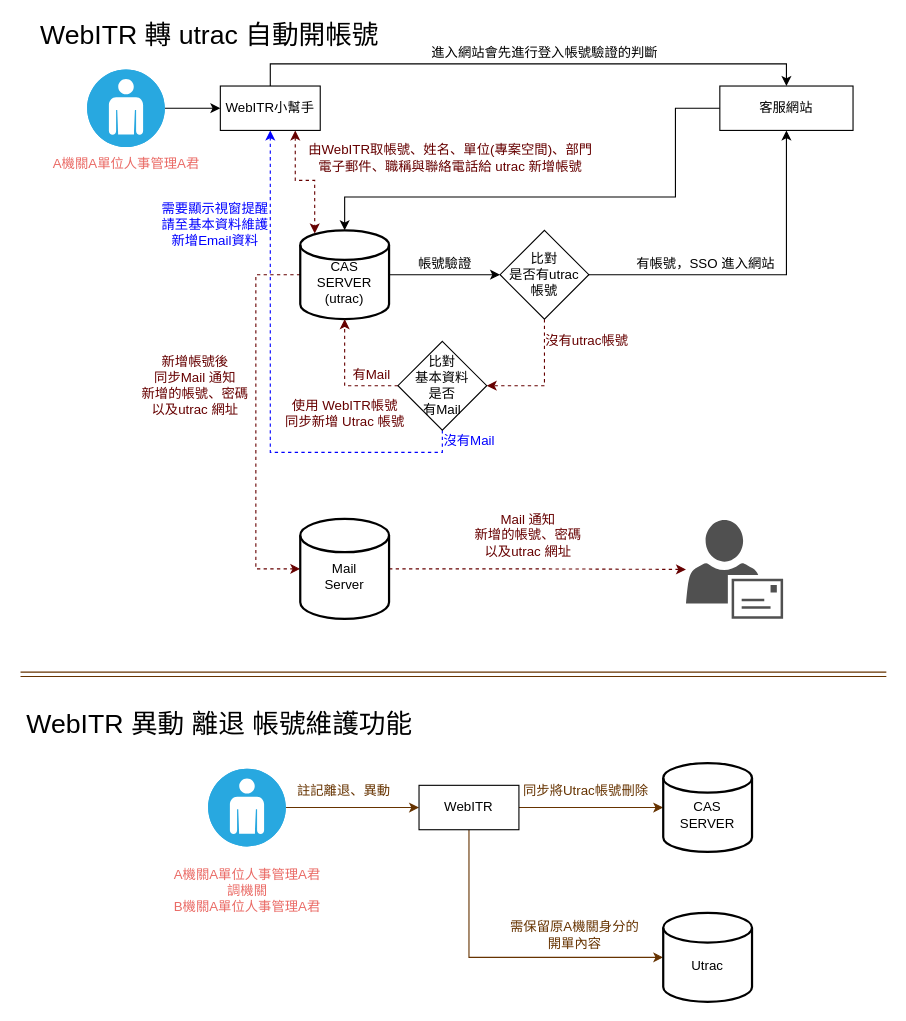
Above: page "Page-3" (3 of 3) of Untitled Diagram.drawio in Cadmus-design/Diagrams (draw.io), before the change. Source tidied: cells renumbered, new cells numbered last; positions are measured from the earlier drawing's top-left corner, leaving out a move shared by most shapes. Both pictures are drawn from the tidied source at 111%, with x=0, y=0 at pixel (19, 19).
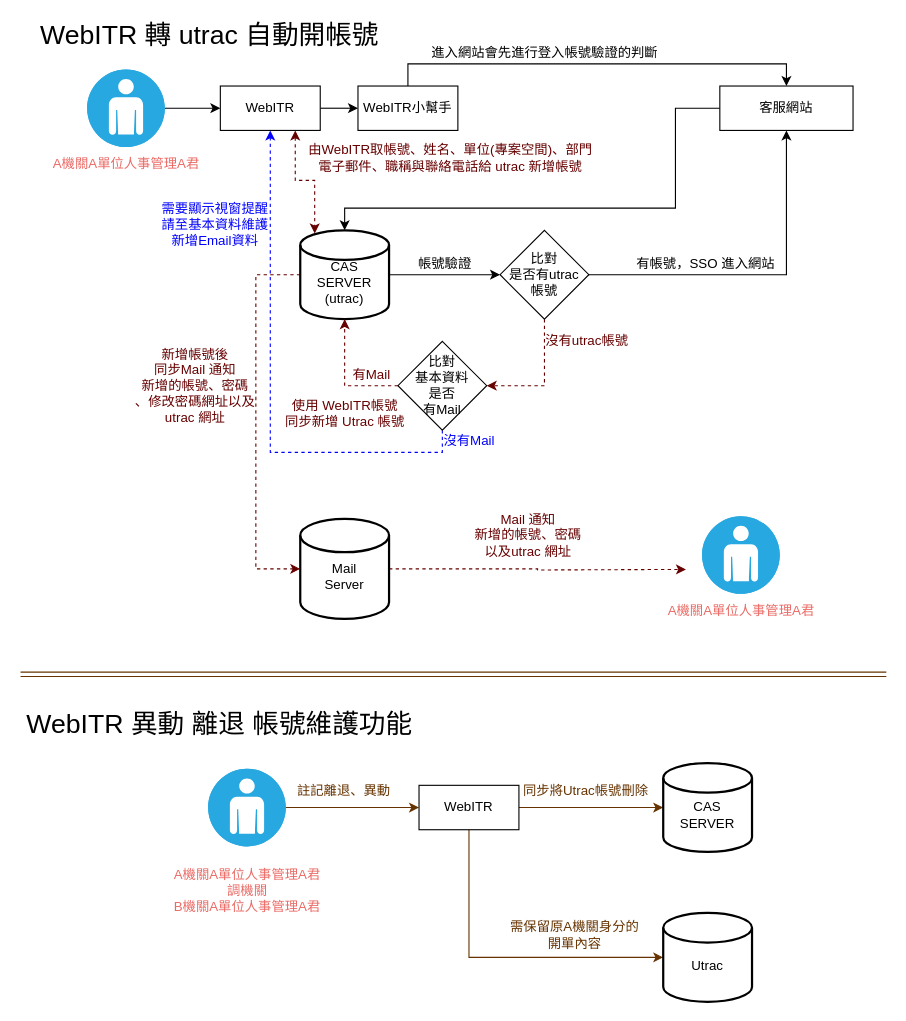
Above is the later version.

The change refers to these unchanged cells:
```xml
<mxCell id="6" value="客服網站" style="whiteSpace=wrap;html=1;rounded=0;" parent="1" vertex="1">
  <mxGeometry x="631" y="60" width="120" height="40" as="geometry" />
</mxCell>
<mxCell id="13" value="&lt;div&gt;&lt;br&gt;&lt;/div&gt;&lt;div&gt;CAS&lt;/div&gt;&lt;div&gt;SERVER&lt;/div&gt;&lt;div&gt;(utrac)&lt;br&gt;&lt;/div&gt;" style="strokeWidth=2;html=1;shape=mxgraph.flowchart.database;whiteSpace=wrap;" parent="1" vertex="1">
  <mxGeometry x="253" y="190" width="80" height="80" as="geometry" />
</mxCell>
<mxCell id="20" value="&lt;div&gt;&lt;br&gt;&lt;/div&gt;&lt;div&gt;Mail &lt;br&gt;&lt;/div&gt;&lt;div&gt;Server&lt;/div&gt;" style="strokeWidth=2;html=1;shape=mxgraph.flowchart.database;whiteSpace=wrap;" parent="1" vertex="1">
  <mxGeometry x="253" y="450" width="80" height="90" as="geometry" />
</mxCell>
```

Change to the diagram source:
```diff
@@
-    <mxCell id="2" style="edgeStyle=orthogonalEdgeStyle;rounded=0;jettySize=auto;html=1;exitX=0.5;exitY=0;exitDx=0;exitDy=0;entryX=0.5;entryY=0;entryDx=0;entryDy=0;" parent="1" edge="1" source="4" target="6">
+    <mxCell id="2" style="edgeStyle=orthogonalEdgeStyle;rounded=0;jettySize=auto;html=1;exitX=0.5;exitY=0;exitDx=0;exitDy=0;entryX=0.5;entryY=0;entryDx=0;entryDy=0;" parent="1" edge="1" source="49" target="6">
       <mxGeometry relative="1" as="geometry" />
     </mxCell>
@@
+    <mxCell id="48" style="edgeStyle=orthogonalEdgeStyle;rounded=0;jettySize=auto;html=1;exitX=1;exitY=0.5;exitDx=0;exitDy=0;entryX=0;entryY=0.5;entryDx=0;entryDy=0;" parent="1" edge="1" source="4" target="49">
+      <mxGeometry relative="1" as="geometry" />
+    </mxCell>
-    <mxCell id="4" value="WebITR小幫手" style="rounded=0;whiteSpace=wrap;html=1;" parent="1" vertex="1">
+    <mxCell id="4" value="WebITR" style="rounded=0;whiteSpace=wrap;html=1;" parent="1" vertex="1">
       <mxGeometry x="181" y="60" width="90" height="40" as="geometry" />
     </mxCell>
     <mxCell id="5" style="edgeStyle=orthogonalEdgeStyle;rounded=0;jettySize=auto;html=1;exitX=0;exitY=0.5;exitDx=0;exitDy=0;entryX=0.5;entryY=0;entryDx=0;entryDy=0;entryPerimeter=0;" parent="1" edge="1" source="6" target="13">
       <mxGeometry relative="1" as="geometry">
         <Array as="points">
           <mxPoint x="591" y="80" />
-          <mxPoint x="591" y="160" />
-          <mxPoint x="293" y="160" />
+          <mxPoint x="591" y="170" />
+          <mxPoint x="293" y="170" />
         </Array>
       </mxGeometry>
     </mxCell>
@@
-    <mxCell id="19" style="edgeStyle=orthogonalEdgeStyle;rounded=0;jettySize=auto;html=1;exitX=1;exitY=0.5;exitDx=0;exitDy=0;exitPerimeter=0;fontColor=#EA6B66;endArrow=classic;endFill=1;dashed=1;strokeColor=#660000;" parent="1" edge="1" source="20" target="22">
-      <mxGeometry relative="1" as="geometry" />
+    <mxCell id="19" style="edgeStyle=orthogonalEdgeStyle;rounded=0;jettySize=auto;html=1;exitX=1;exitY=0.5;exitDx=0;exitDy=0;exitPerimeter=0;fontColor=#EA6B66;endArrow=classic;endFill=1;dashed=1;strokeColor=#660000;" parent="1" edge="1" source="20">
+      <mxGeometry relative="1" as="geometry">
+        <mxPoint x="600.5" y="495.5" as="targetPoint" />
+      </mxGeometry>
     </mxCell>
@@
-    <mxCell id="21" value="&lt;div&gt;新增帳號後&lt;/div&gt;&lt;div&gt;同步Mail 通知&lt;/div&gt;&lt;div&gt;新增的帳號、密碼&lt;/div&gt;&lt;div&gt;以及utrac 網址&lt;br&gt;&lt;/div&gt;" style="text;html=1;align=center;verticalAlign=middle;fillColor=none;strokeColor=none;rounded=0;fontColor=#660000;" parent="1" vertex="1">
-      <mxGeometry x="103" y="300" width="110" height="60" as="geometry" />
+    <mxCell id="21" value="&lt;div&gt;新增帳號後&lt;/div&gt;&lt;div&gt;同步Mail 通知&lt;/div&gt;&lt;div&gt;新增的帳號、密碼&lt;/div&gt;&lt;div&gt;、修改密碼網址以及&lt;/div&gt;&lt;div&gt;utrac 網址&lt;br&gt;&lt;/div&gt;" style="text;html=1;align=center;verticalAlign=middle;fillColor=none;strokeColor=none;rounded=0;fontColor=#660000;" parent="1" vertex="1">
+      <mxGeometry x="98" y="290" width="120" height="80" as="geometry" />
     </mxCell>
-    <mxCell id="22" style="shadow=0;dashed=0;html=1;strokeColor=none;fillColor=#505050;labelPosition=center;verticalLabelPosition=bottom;verticalAlign=top;outlineConnect=0;align=center;shape=mxgraph.office.users.mail_user;fontColor=#EA6B66;" parent="1" vertex="1">
-      <mxGeometry x="600.5" y="451" width="87.5" height="89" as="geometry" />
-    </mxCell>
@@
+    <mxCell id="49" value="WebITR小幫手" style="rounded=0;whiteSpace=wrap;html=1;" parent="1" vertex="1">
+      <mxGeometry x="305" y="60" width="90" height="40" as="geometry" />
+    </mxCell>
+    <mxCell id="50" style="fillColor=#28A8E0;verticalLabelPosition=bottom;html=1;strokeColor=#ffffff;verticalAlign=top;align=center;shape=mxgraph.cisco_safe.compositeIcon;bgIcon=ellipse;resIcon=mxgraph.cisco_safe.capability.user;fontColor=#EA6B66;" parent="1" vertex="1">
+      <mxGeometry x="615" y="447.5" width="70" height="70" as="geometry" />
+    </mxCell>
+    <mxCell id="51" value="A機關A單位人事管理A君" style="text;html=1;align=center;verticalAlign=middle;fillColor=none;strokeColor=none;rounded=0;fontColor=#EA6B66;" parent="1" vertex="1">
+      <mxGeometry x="575" y="522.5" width="150" height="20" as="geometry" />
+    </mxCell>
```
